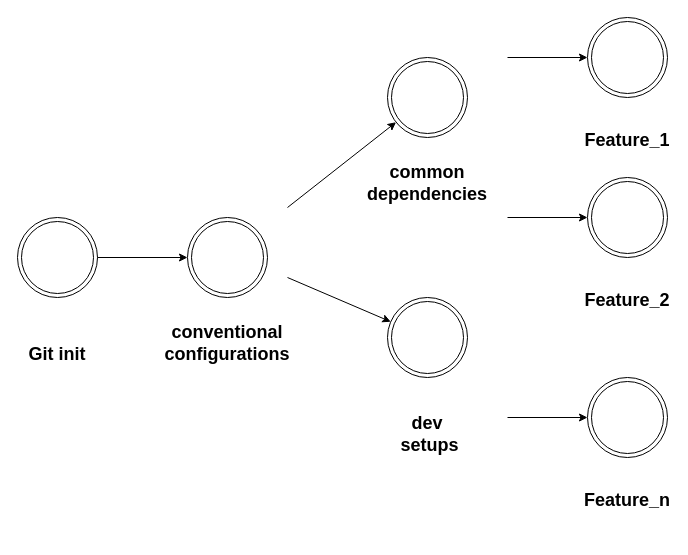
lamhungypl/diagrams keeps this draw.io diagram as UML/DevelopmentFlow.drawio. Above is the earlier version. Source tidied: cells renumbered, new cells numbered last; positions are measured from the earlier drawing's top-left corner, leaving out a move shared by most shapes. Both pictures are drawn from the tidied source at 100%, with x=0, y=0 at pixel (17, 17).
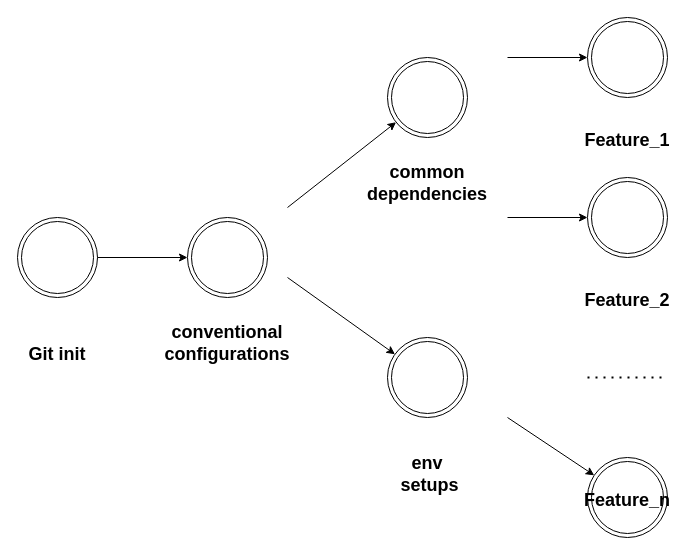
The same page after the edit.

Commit message (it also covers changes not shown here):
Cập nhật DevelopmentFlow.drawio

What changed in the source:
```diff
@@
     <mxCell id="12" style="group;" parent="1" vertex="1">
-      <mxGeometry x="370" y="280" width="80" height="160" as="geometry" />
+      <mxGeometry x="370" y="320" width="80" height="160" as="geometry" />
     </mxCell>
@@
-    <mxCell id="14" value="&lt;span style=&quot;font-size: 18px;&quot;&gt;&lt;b&gt;dev&lt;br&gt;&amp;nbsp;setups&lt;br&gt;&lt;/b&gt;&lt;/span&gt;" style="text;html=1;strokeColor=none;fillColor=none;align=center;verticalAlign=middle;whiteSpace=wrap;rounded=0;" parent="12" vertex="1">
+    <mxCell id="14" value="&lt;span style=&quot;font-size: 18px;&quot;&gt;&lt;b&gt;env&lt;br&gt;&amp;nbsp;setups&lt;br&gt;&lt;/b&gt;&lt;/span&gt;" style="text;html=1;strokeColor=none;fillColor=none;align=center;verticalAlign=middle;whiteSpace=wrap;rounded=0;" parent="12" vertex="1">
       <mxGeometry y="114.3" width="80" height="45.7" as="geometry" />
     </mxCell>
@@
     <mxCell id="21" style="ellipse;shape=doubleEllipse;whiteSpace=wrap;html=1;" parent="1" vertex="1">
-      <mxGeometry x="570" y="360" width="80" height="80" as="geometry" />
+      <mxGeometry x="570" y="440" width="80" height="80" as="geometry" />
     </mxCell>
@@
+    <mxCell id="28" style="endArrow=none;dashed=1;html=1;dashPattern=1 3;strokeWidth=2;rounded=0;fontSize=18;" parent="1" edge="1">
+      <mxGeometry relative="1" as="geometry">
+        <mxPoint x="570" y="360" as="sourcePoint" />
+        <mxPoint x="650" y="360" as="targetPoint" />
+      </mxGeometry>
+    </mxCell>
```
